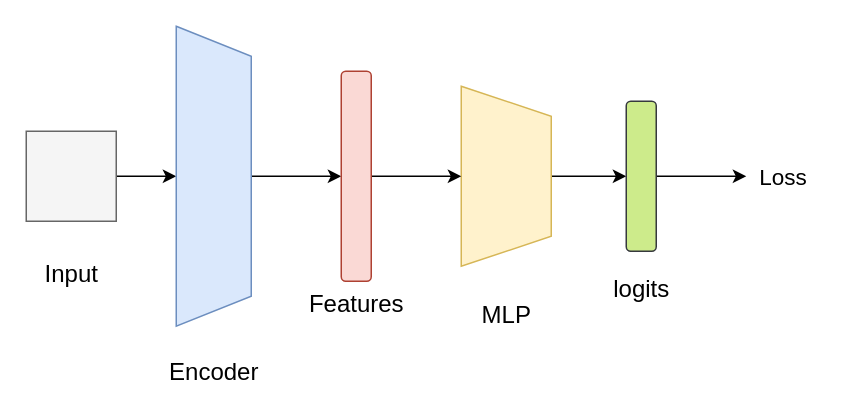
This is test.drawio from infiniteaim/Repository-from-Anonus, a draw.io file, before an edit. Source tidied: cells renumbered, new cells numbered last; positions are measured from the earlier drawing's top-left corner, leaving out a move shared by most shapes. Both pictures are drawn from the tidied source at 150%, with x=0, y=0 at pixel (26, 26).
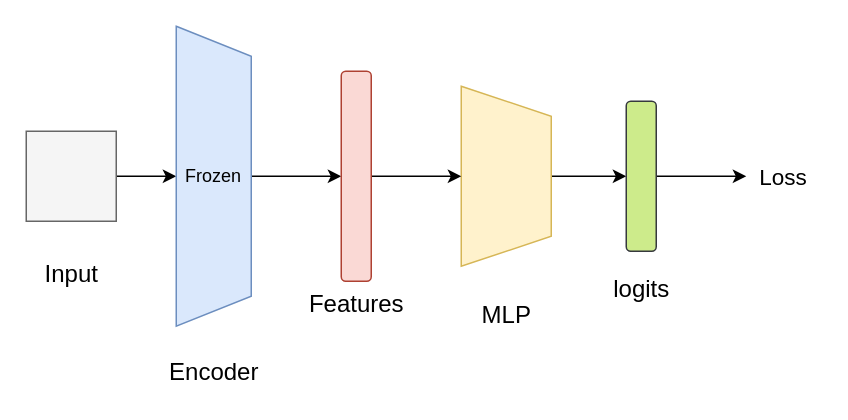
After the change.

The edit, as a diff of the source:
```diff
@@
 <mxGraphModel>
   <root>
     <mxCell id="0" />
     <mxCell id="1" parent="0" />
     <mxCell id="2" style="edgeStyle=orthogonalEdgeStyle;rounded=0;jettySize=auto;html=1;entryX=0.5;entryY=1;entryDx=0;entryDy=0;" parent="1" edge="1" source="3" target="6">
       <mxGeometry relative="1" as="geometry" />
     </mxCell>
     <mxCell id="3" style="rounded=0;whiteSpace=wrap;html=1;fillColor=#f5f5f5;fontColor=#333333;strokeColor=#666666;" parent="1" vertex="1">
       <mxGeometry y="70" width="60" height="60" as="geometry" />
     </mxCell>
     <mxCell id="4" value="&lt;font style=&quot;font-size: 16px;&quot;&gt;Input&lt;/font&gt;" style="text;html=1;align=center;verticalAlign=middle;strokeColor=none;fillColor=none;" parent="1" vertex="1">
       <mxGeometry y="150" width="60" height="30" as="geometry" />
     </mxCell>
     <mxCell id="5" style="edgeStyle=orthogonalEdgeStyle;rounded=0;jettySize=auto;html=1;entryX=0;entryY=0.5;entryDx=0;entryDy=0;" parent="1" edge="1" source="6" target="13">
       <mxGeometry relative="1" as="geometry" />
     </mxCell>
-    <mxCell id="6" style="shape=trapezoid;perimeter=trapezoidPerimeter;whiteSpace=wrap;html=1;fixedSize=1;direction=south;fillColor=#dae8fc;strokeColor=#6c8ebf;" parent="1" vertex="1">
+    <mxCell id="6" value="Frozen" style="shape=trapezoid;perimeter=trapezoidPerimeter;whiteSpace=wrap;html=1;fixedSize=1;direction=south;fillColor=#dae8fc;strokeColor=#6c8ebf;" parent="1" vertex="1">
       <mxGeometry x="100" width="50" height="200" as="geometry" />
     </mxCell>
     <mxCell id="7" style="edgeStyle=orthogonalEdgeStyle;rounded=0;jettySize=auto;html=1;entryX=0;entryY=0.5;entryDx=0;entryDy=0;" parent="1" edge="1" source="8" target="15">
       <mxGeometry relative="1" as="geometry" />
     </mxCell>
     <mxCell id="8" style="shape=trapezoid;perimeter=trapezoidPerimeter;whiteSpace=wrap;html=1;fixedSize=1;direction=south;fillColor=#fff2cc;strokeColor=#d6b656;" parent="1" vertex="1">
       <mxGeometry x="290" y="40" width="60" height="120" as="geometry" />
     </mxCell>
     <mxCell id="9" style="edgeStyle=orthogonalEdgeStyle;rounded=0;jettySize=auto;html=1;exitX=1;exitY=0.5;exitDx=0;exitDy=0;entryX=0;entryY=0.5;entryDx=0;entryDy=0;" parent="1" edge="1" source="15" target="17">
       <mxGeometry relative="1" as="geometry" />
     </mxCell>
     <mxCell id="10" value="&lt;font style=&quot;font-size: 16px;&quot;&gt;Encoder&lt;/font&gt;" style="text;html=1;align=center;verticalAlign=middle;strokeColor=none;fillColor=none;" parent="1" vertex="1">
       <mxGeometry x="85" y="215" width="80" height="30" as="geometry" />
     </mxCell>
     <mxCell id="11" value="&lt;font style=&quot;font-size: 16px;&quot;&gt;MLP&lt;/font&gt;" style="text;html=1;align=center;verticalAlign=middle;strokeColor=none;fillColor=none;" parent="1" vertex="1">
       <mxGeometry x="290" y="177" width="60" height="30" as="geometry" />
     </mxCell>
     <mxCell id="12" style="edgeStyle=orthogonalEdgeStyle;rounded=0;jettySize=auto;html=1;entryX=0.5;entryY=1;entryDx=0;entryDy=0;" parent="1" edge="1" source="13" target="8">
       <mxGeometry relative="1" as="geometry" />
     </mxCell>
     <mxCell id="13" style="rounded=1;whiteSpace=wrap;html=1;fillColor=#fad9d5;strokeColor=#ae4132;" parent="1" vertex="1">
       <mxGeometry x="210" y="30" width="20" height="140" as="geometry" />
     </mxCell>
     <mxCell id="14" value="&lt;font style=&quot;font-size: 16px;&quot;&gt;Features&lt;/font&gt;" style="text;html=1;align=center;verticalAlign=middle;strokeColor=none;fillColor=none;" parent="1" vertex="1">
       <mxGeometry x="175" y="170" width="90" height="30" as="geometry" />
     </mxCell>
     <mxCell id="15" style="rounded=1;whiteSpace=wrap;html=1;fillColor=#cdeb8b;strokeColor=#36393d;" parent="1" vertex="1">
       <mxGeometry x="400" y="50" width="20" height="100" as="geometry" />
     </mxCell>
     <mxCell id="16" value="&lt;span style=&quot;font-size: 16px;&quot;&gt;logits&lt;/span&gt;" style="text;html=1;align=center;verticalAlign=middle;strokeColor=none;fillColor=none;" parent="1" vertex="1">
       <mxGeometry x="380" y="160" width="60" height="30" as="geometry" />
     </mxCell>
     <mxCell id="17" value="&lt;font style=&quot;font-size: 15px;&quot;&gt;Loss&lt;/font&gt;" style="text;html=1;align=center;verticalAlign=middle;whiteSpace=wrap;rounded=0;" parent="1" vertex="1">
       <mxGeometry x="480" y="85" width="50" height="30" as="geometry" />
     </mxCell>
   </root>
 </mxGraphModel>
```
